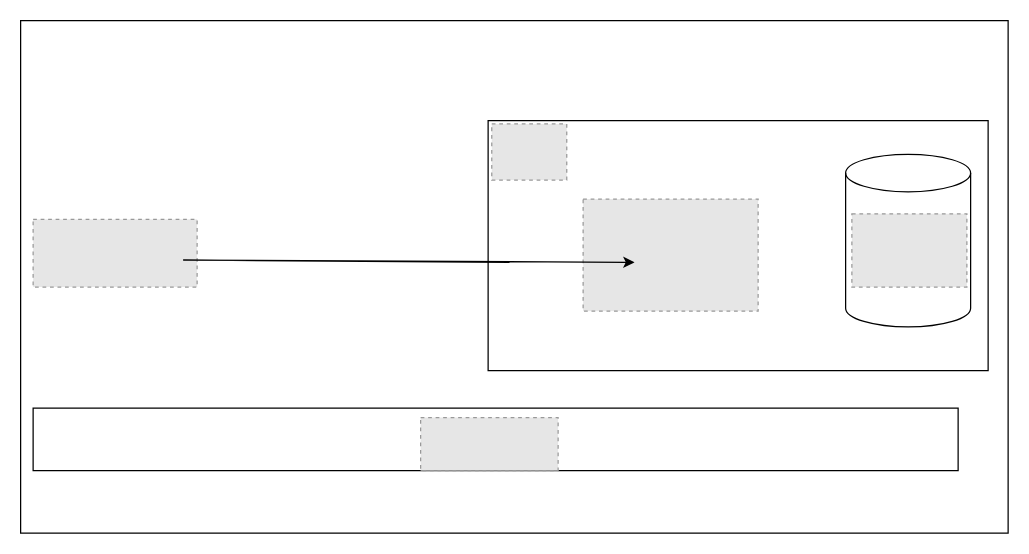
This is Untitled Diagram.drawio from RukayatJimoh/Random_profile_ingestion, a draw.io file, before an edit. Source tidied: cells renumbered, new cells numbered last; positions are measured from the earlier drawing's top-left corner, leaving out a move shared by most shapes. Both pictures are drawn from the tidied source at 125%, with x=0, y=0 at pixel (20, 20). Pictures stored in the file or linked from it are replaced by grey dashed boxes.
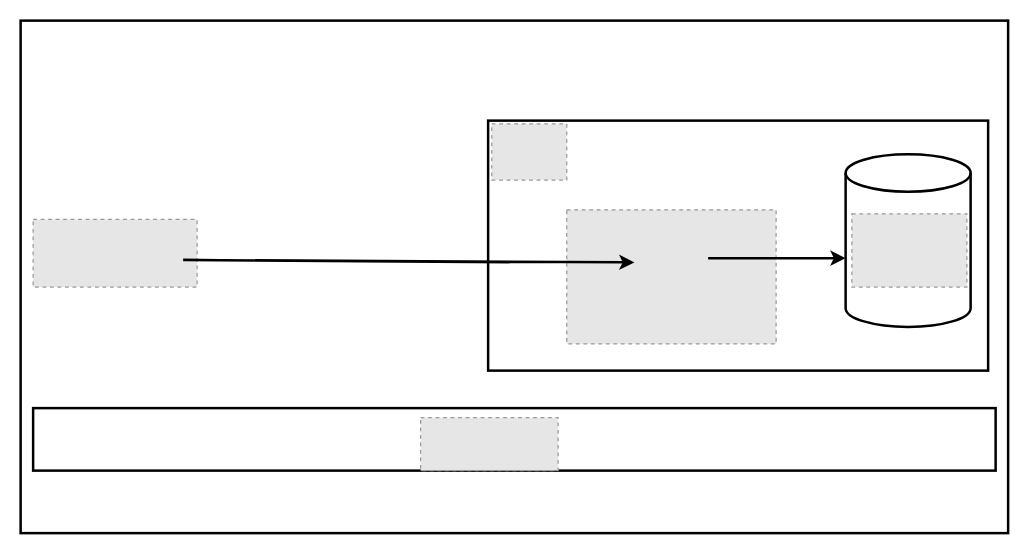
The same page after the edit.

Diff of the diagram source:
```diff
@@
 <mxGraphModel>
   <root>
     <mxCell id="0" />
     <mxCell id="1" parent="0" />
-    <mxCell id="2" style="rounded=0;whiteSpace=wrap;html=1;fillColor=#ffffff;" parent="1" vertex="1">
+    <mxCell id="2" style="rounded=0;whiteSpace=wrap;html=1;fillColor=#ffffff;strokeWidth=2;" parent="1" vertex="1">
       <mxGeometry width="790" height="410" as="geometry" />
     </mxCell>
     <mxCell id="3" style="fillColor=#E6E6E6;strokeColor=#999999;dashed=1;verticalLabelPosition=bottom;labelBackgroundColor=default;verticalAlign=top;" parent="1" vertex="1">
       <mxGeometry x="10" y="159" width="131.2" height="54.1" as="geometry" />
     </mxCell>
-    <mxCell id="4" style="rounded=0;whiteSpace=wrap;html=1;" parent="1" vertex="1">
-      <mxGeometry x="10" y="310" width="740" height="50" as="geometry" />
+    <mxCell id="4" style="rounded=0;whiteSpace=wrap;html=1;strokeWidth=2;" parent="1" vertex="1">
+      <mxGeometry x="10" y="310" width="770" height="50" as="geometry" />
     </mxCell>
     <mxCell id="5" style="fillColor=#E6E6E6;strokeColor=#999999;dashed=1;verticalLabelPosition=bottom;labelBackgroundColor=default;verticalAlign=top;" parent="1" vertex="1">
       <mxGeometry x="320" y="317.5" width="110" height="42.5" as="geometry" />
     </mxCell>
-    <mxCell id="6" style="rounded=0;whiteSpace=wrap;html=1;" parent="1" vertex="1">
+    <mxCell id="6" style="rounded=0;whiteSpace=wrap;html=1;strokeWidth=2;" parent="1" vertex="1">
       <mxGeometry x="374" y="80" width="400" height="200" as="geometry" />
     </mxCell>
     <mxCell id="7" style="fillColor=#E6E6E6;strokeColor=#999999;dashed=1;verticalLabelPosition=bottom;labelBackgroundColor=default;verticalAlign=top;" parent="1" vertex="1">
-      <mxGeometry x="450" y="142.7" width="140" height="89.7" as="geometry" />
+      <mxGeometry x="436.9" y="151.3" width="167.5" height="107.3" as="geometry" />
     </mxCell>
-    <mxCell id="8" style="shape=cylinder3;whiteSpace=wrap;html=1;boundedLbl=1;backgroundOutline=1;size=15;" parent="1" vertex="1">
+    <mxCell id="8" style="shape=cylinder3;whiteSpace=wrap;html=1;boundedLbl=1;backgroundOutline=1;size=15;strokeWidth=2;" parent="1" vertex="1">
       <mxGeometry x="660" y="106.9" width="100" height="138.1" as="geometry" />
     </mxCell>
     <mxCell id="9" style="fillColor=#E6E6E6;strokeColor=#999999;dashed=1;verticalLabelPosition=bottom;labelBackgroundColor=default;verticalAlign=top;" parent="1" vertex="1">
       <mxGeometry x="665" y="154.5" width="92" height="58.6" as="geometry" />
     </mxCell>
     <mxCell id="10" style="fillColor=#E6E6E6;strokeColor=#999999;dashed=1;verticalLabelPosition=bottom;labelBackgroundColor=default;verticalAlign=top;" parent="1" vertex="1">
       <mxGeometry x="376.9" y="82.6" width="60" height="44.9" as="geometry" />
     </mxCell>
-    <mxCell id="11" style="edgeStyle=none;orthogonalLoop=1;jettySize=auto;html=1;rounded=0;" parent="1" edge="1">
+    <mxCell id="11" style="edgeStyle=none;orthogonalLoop=1;jettySize=auto;html=1;rounded=0;strokeWidth=2;" parent="1" edge="1">
       <mxGeometry relative="1" as="geometry">
         <mxPoint x="391.1" y="193.4" as="sourcePoint" />
         <mxPoint x="491.1" y="193.4" as="targetPoint" />
         <Array as="points">
           <mxPoint x="130" y="191.5" />
         </Array>
       </mxGeometry>
     </mxCell>
+    <mxCell id="12" style="endArrow=classic;html=1;rounded=0;strokeWidth=2;" parent="1" edge="1">
+      <mxGeometry relative="1" as="geometry">
+        <mxPoint x="550" y="190" as="sourcePoint" />
+        <mxPoint x="660" y="190" as="targetPoint" />
+      </mxGeometry>
+    </mxCell>
   </root>
 </mxGraphModel>
```
